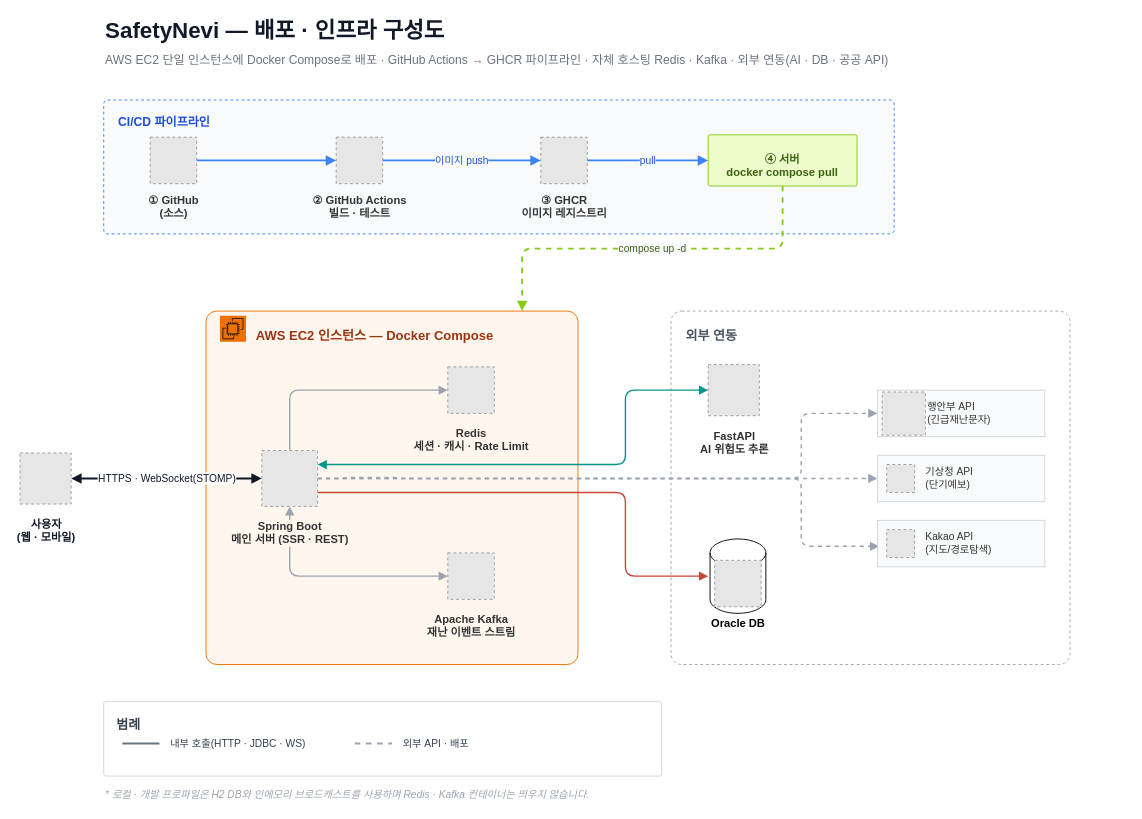
Before: src/main/resources/static/img/다이어그램/deploy-infra.drawio in SanghyeokLee-KR/SafetyNevi, a draw.io diagram. Source tidied: cells renumbered, new cells numbered last; positions are measured from the earlier drawing's top-left corner, leaving out a move shared by most shapes. Both pictures are drawn from the tidied source at 93%, with x=0, y=0 at pixel (20, 16). Pictures stored in the file or linked from it are replaced by grey dashed boxes.
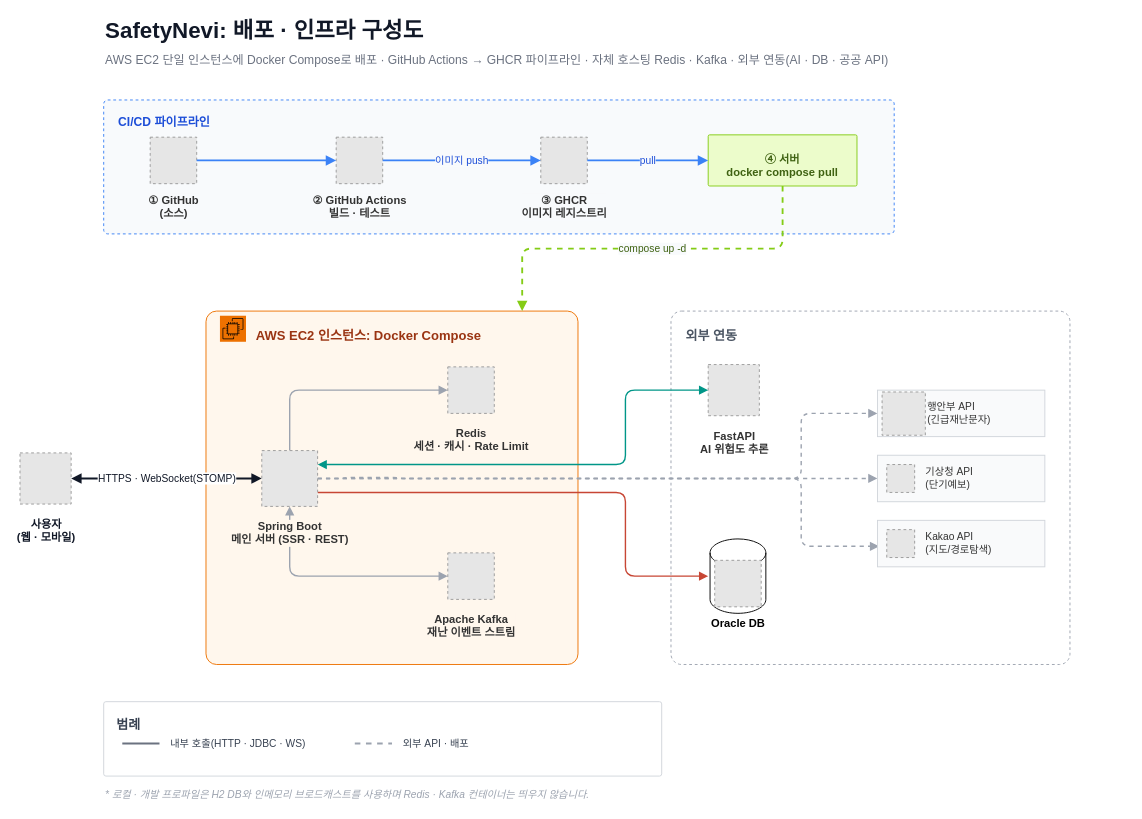
The same diagram, later.

Diff of the diagram source:
```diff
@@
-    <mxCell id="4" value="SafetyNevi — 배포 · 인프라 구성도" style="text;html=1;fontSize=24;fontStyle=1;fontColor=#111827;align=left;verticalAlign=middle;" parent="1" vertex="1">
+    <mxCell id="4" value="SafetyNevi: 배포 · 인프라 구성도" style="text;html=1;fontSize=24;fontStyle=1;fontColor=#111827;align=left;verticalAlign=middle;" parent="1" vertex="1">
       <mxGeometry x="90" width="760" height="32" as="geometry" />
     </mxCell>
@@
-    <mxCell id="11" value="AWS EC2 인스턴스 — Docker Compose" style="rounded=1;whiteSpace=wrap;html=1;fillColor=#FFF7ED;strokeColor=#ED7100;verticalAlign=top;align=left;spacingLeft=52;spacingTop=12;fontSize=14;fontStyle=1;fontColor=#9A3412;arcSize=3;" parent="1" vertex="1">
+    <mxCell id="11" value="AWS EC2 인스턴스: Docker Compose" style="rounded=1;whiteSpace=wrap;html=1;fillColor=#FFF7ED;strokeColor=#ED7100;verticalAlign=top;align=left;spacingLeft=52;spacingTop=12;fontSize=14;fontStyle=1;fontColor=#9A3412;arcSize=3;" parent="1" vertex="1">
       <mxGeometry x="200" y="317" width="400" height="380" as="geometry" />
     </mxCell>
```
